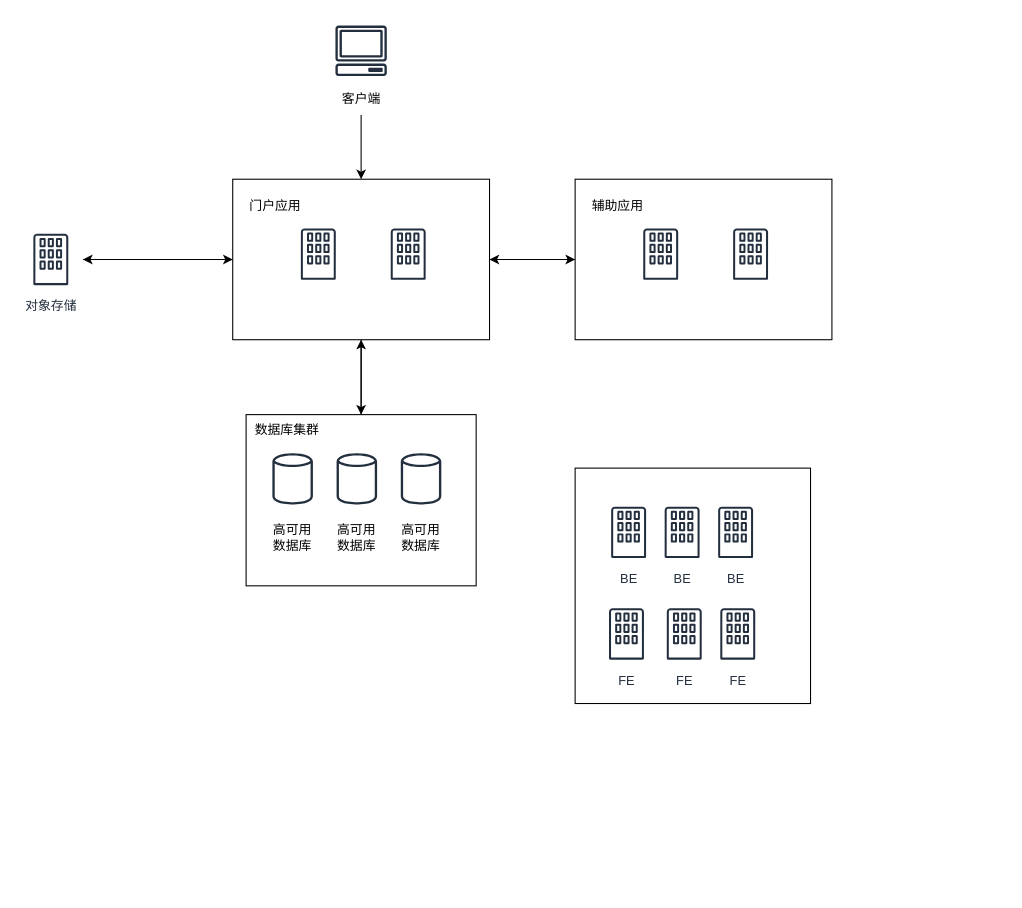
likeApple/changCity keeps this draw.io diagram as 未命名绘图.drawio. Above is the earlier version. Source tidied: cells renumbered, new cells numbered last; positions are measured from the earlier drawing's top-left corner, leaving out a move shared by most shapes. Both pictures are drawn from the tidied source at 107%, with x=0, y=0 at pixel (18, 18).
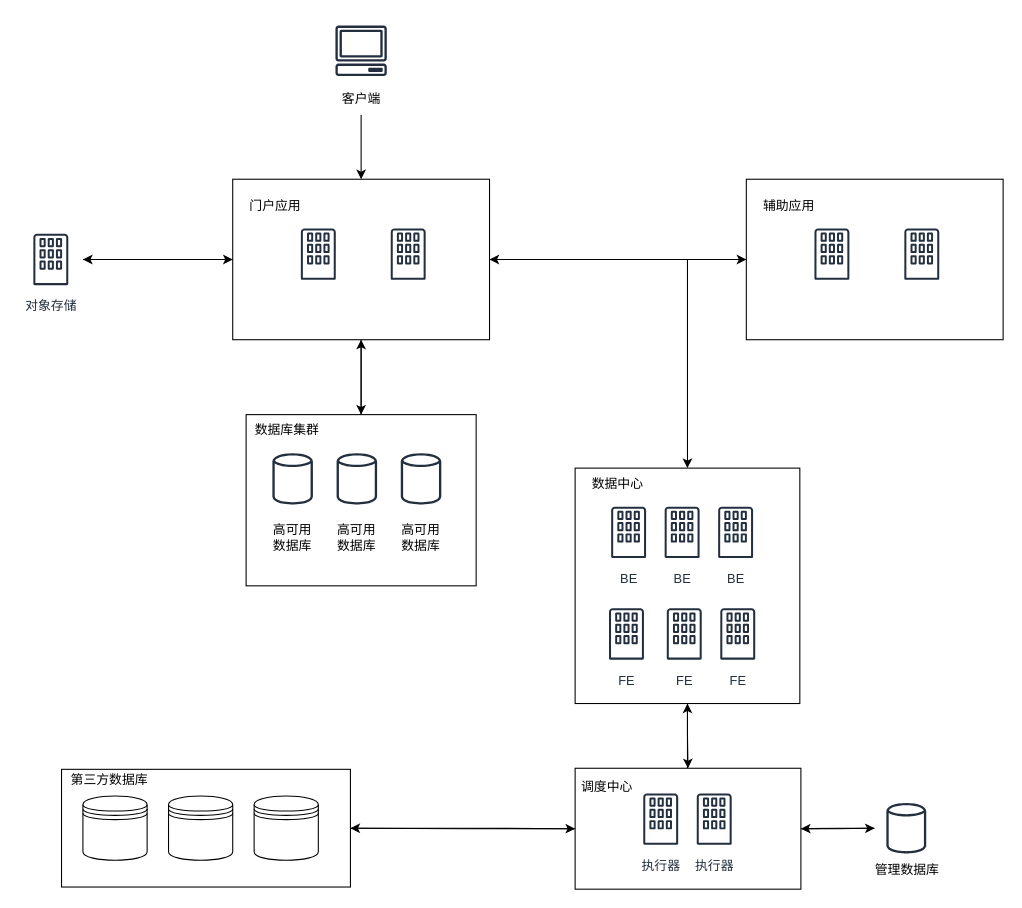
After the change.

Commit message:
更新未命名绘图.drawio

Unchanged cells that the change refers to:
```xml
<mxCell id="7" style="rounded=0;whiteSpace=wrap;html=1;" parent="1" vertex="1">
  <mxGeometry x="200" y="150" width="240" height="150" as="geometry" />
</mxCell>
```

Diff of the diagram source:
```diff
@@
+    <mxCell id="35" style="edgeStyle=orthogonalEdgeStyle;rounded=0;jettySize=auto;html=1;entryX=0;entryY=0.5;entryDx=0;entryDy=0;" parent="1" edge="1" source="36" target="42">
+      <mxGeometry relative="1" as="geometry" />
+    </mxCell>
+    <mxCell id="36" style="rounded=0;whiteSpace=wrap;html=1;" parent="1" vertex="1">
+      <mxGeometry x="40" y="701.5" width="270" height="110" as="geometry" />
+    </mxCell>
@@
+    <mxCell id="37" style="edgeStyle=orthogonalEdgeStyle;rounded=0;jettySize=auto;html=1;" parent="1" edge="1" source="7" target="28">
+      <mxGeometry relative="1" as="geometry" />
+    </mxCell>
@@
     <mxCell id="13" style="rounded=0;whiteSpace=wrap;html=1;" parent="1" vertex="1">
-      <mxGeometry x="520" y="150" width="240" height="150" as="geometry" />
+      <mxGeometry x="680" y="150" width="240" height="150" as="geometry" />
     </mxCell>
     <mxCell id="14" value="辅助应用" style="text;html=1;strokeColor=none;fillColor=none;align=center;verticalAlign=middle;whiteSpace=wrap;rounded=0;" parent="1" vertex="1">
-      <mxGeometry x="530" y="160" width="60" height="30" as="geometry" />
+      <mxGeometry x="690" y="160" width="60" height="30" as="geometry" />
     </mxCell>
     <mxCell id="15" style="sketch=0;fontColor=#232F3E;gradientColor=none;strokeColor=#232F3E;fillColor=#ffffff;dashed=0;verticalLabelPosition=bottom;verticalAlign=top;align=center;html=1;fontSize=12;fontStyle=0;shape=mxgraph.aws4.resourceIcon;resIcon=mxgraph.aws4.corporate_data_center;" parent="1" vertex="1">
-      <mxGeometry x="570" y="190" width="60" height="60" as="geometry" />
+      <mxGeometry x="730" y="190" width="60" height="60" as="geometry" />
     </mxCell>
     <mxCell id="16" style="sketch=0;fontColor=#232F3E;gradientColor=none;strokeColor=#232F3E;fillColor=#ffffff;dashed=0;verticalLabelPosition=bottom;verticalAlign=top;align=center;html=1;fontSize=12;fontStyle=0;shape=mxgraph.aws4.resourceIcon;resIcon=mxgraph.aws4.corporate_data_center;" parent="1" vertex="1">
-      <mxGeometry x="654" y="190" width="60" height="60" as="geometry" />
+      <mxGeometry x="814" y="190" width="60" height="60" as="geometry" />
     </mxCell>
@@
+    <mxCell id="38" style="edgeStyle=orthogonalEdgeStyle;rounded=0;jettySize=auto;html=1;entryX=0.5;entryY=0;entryDx=0;entryDy=0;" parent="1" edge="1" source="28" target="42">
+      <mxGeometry relative="1" as="geometry" />
+    </mxCell>
     <mxCell id="28" style="rounded=0;whiteSpace=wrap;html=1;" parent="1" vertex="1">
-      <mxGeometry x="520" y="420" width="220" height="220" as="geometry" />
+      <mxGeometry x="520" y="420" width="210" height="220" as="geometry" />
     </mxCell>
@@
+    <mxCell id="39" style="edgeStyle=orthogonalEdgeStyle;rounded=0;jettySize=auto;html=1;" parent="1" edge="1" source="42">
+      <mxGeometry relative="1" as="geometry">
+        <mxPoint x="625" y="640" as="targetPoint" />
+      </mxGeometry>
+    </mxCell>
+    <mxCell id="40" style="edgeStyle=orthogonalEdgeStyle;rounded=0;jettySize=auto;html=1;" parent="1" edge="1" source="42" target="49">
+      <mxGeometry relative="1" as="geometry" />
+    </mxCell>
+    <mxCell id="41" style="edgeStyle=orthogonalEdgeStyle;rounded=0;jettySize=auto;html=1;entryX=1;entryY=0.5;entryDx=0;entryDy=0;" parent="1" edge="1" source="42" target="36">
+      <mxGeometry relative="1" as="geometry" />
+    </mxCell>
+    <mxCell id="42" style="rounded=0;whiteSpace=wrap;html=1;" parent="1" vertex="1">
+      <mxGeometry x="520" y="700.5" width="211" height="113" as="geometry" />
+    </mxCell>
+    <mxCell id="43" value="执行器" style="sketch=0;fontColor=#232F3E;gradientColor=none;strokeColor=#232F3E;fillColor=#ffffff;dashed=0;verticalLabelPosition=bottom;verticalAlign=top;align=center;html=1;fontSize=12;fontStyle=0;shape=mxgraph.aws4.resourceIcon;resIcon=mxgraph.aws4.corporate_data_center;" parent="1" vertex="1">
+      <mxGeometry x="620" y="718" width="60" height="60" as="geometry" />
+    </mxCell>
+    <mxCell id="44" value="执行器" style="sketch=0;fontColor=#232F3E;gradientColor=none;strokeColor=#232F3E;fillColor=#ffffff;dashed=0;verticalLabelPosition=bottom;verticalAlign=top;align=center;html=1;fontSize=12;fontStyle=0;shape=mxgraph.aws4.resourceIcon;resIcon=mxgraph.aws4.corporate_data_center;" parent="1" vertex="1">
+      <mxGeometry x="570" y="718" width="60" height="60" as="geometry" />
+    </mxCell>
+    <mxCell id="45" style="shape=datastore;whiteSpace=wrap;html=1;" parent="1" vertex="1">
+      <mxGeometry x="60" y="726.5" width="60" height="60" as="geometry" />
+    </mxCell>
+    <mxCell id="46" style="shape=datastore;whiteSpace=wrap;html=1;" parent="1" vertex="1">
+      <mxGeometry x="140" y="726.5" width="60" height="60" as="geometry" />
+    </mxCell>
+    <mxCell id="47" style="shape=datastore;whiteSpace=wrap;html=1;" parent="1" vertex="1">
+      <mxGeometry x="220" y="726.5" width="60" height="60" as="geometry" />
+    </mxCell>
+    <mxCell id="48" style="edgeStyle=orthogonalEdgeStyle;rounded=0;jettySize=auto;html=1;entryX=1;entryY=0.5;entryDx=0;entryDy=0;" parent="1" edge="1" source="49" target="42">
+      <mxGeometry relative="1" as="geometry" />
+    </mxCell>
+    <mxCell id="49" style="sketch=0;outlineConnect=0;fontColor=#232F3E;gradientColor=none;strokeColor=#232F3E;fillColor=#ffffff;dashed=0;verticalLabelPosition=bottom;verticalAlign=top;align=center;html=1;fontSize=12;fontStyle=0;shape=mxgraph.aws4.resourceIcon;resIcon=mxgraph.aws4.generic_database;" parent="1" vertex="1">
+      <mxGeometry x="800" y="727" width="59" height="59" as="geometry" />
+    </mxCell>
+    <mxCell id="50" value="管理数据库" style="text;html=1;align=center;verticalAlign=middle;strokeColor=none;fillColor=none;" parent="1" vertex="1">
+      <mxGeometry x="790" y="781" width="80" height="30" as="geometry" />
+    </mxCell>
+    <mxCell id="51" value="数据中心" style="text;html=1;strokeColor=none;fillColor=none;align=center;verticalAlign=middle;whiteSpace=wrap;rounded=0;" parent="1" vertex="1">
+      <mxGeometry x="530" y="420" width="60" height="30" as="geometry" />
+    </mxCell>
+    <mxCell id="52" value="调度中心" style="text;html=1;strokeColor=none;fillColor=none;align=center;verticalAlign=middle;whiteSpace=wrap;rounded=0;" parent="1" vertex="1">
+      <mxGeometry x="520" y="703" width="60" height="30" as="geometry" />
+    </mxCell>
+    <mxCell id="53" value="第三方数据库" style="text;html=1;strokeColor=none;fillColor=none;align=center;verticalAlign=middle;whiteSpace=wrap;rounded=0;" parent="1" vertex="1">
+      <mxGeometry x="40" y="697" width="90" height="30" as="geometry" />
+    </mxCell>
```
